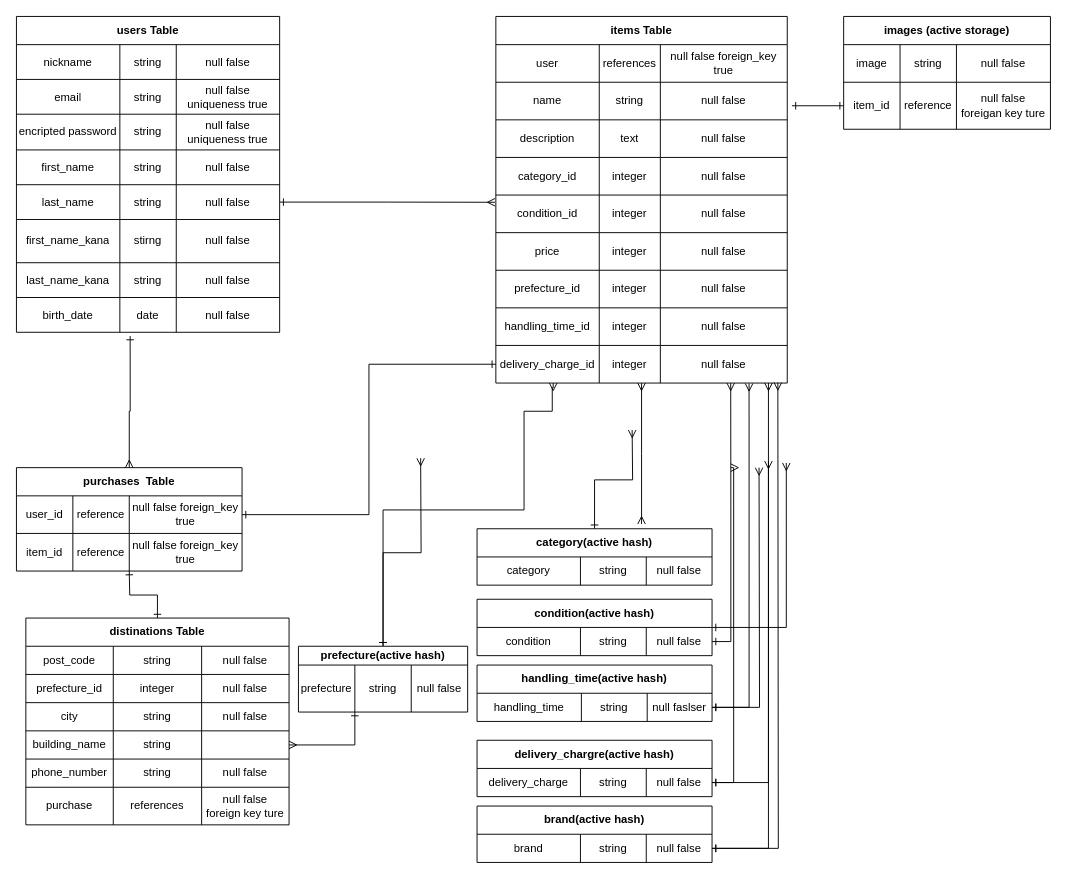
Earlier version of the draw.io diagram frima.dio (sebadohb/furima-20604). Source tidied: cells renumbered, new cells numbered last; positions are measured from the earlier drawing's top-left corner, leaving out a move shared by most shapes. Both pictures are drawn from the tidied source at 94%, with x=0, y=0 at pixel (16, 16).
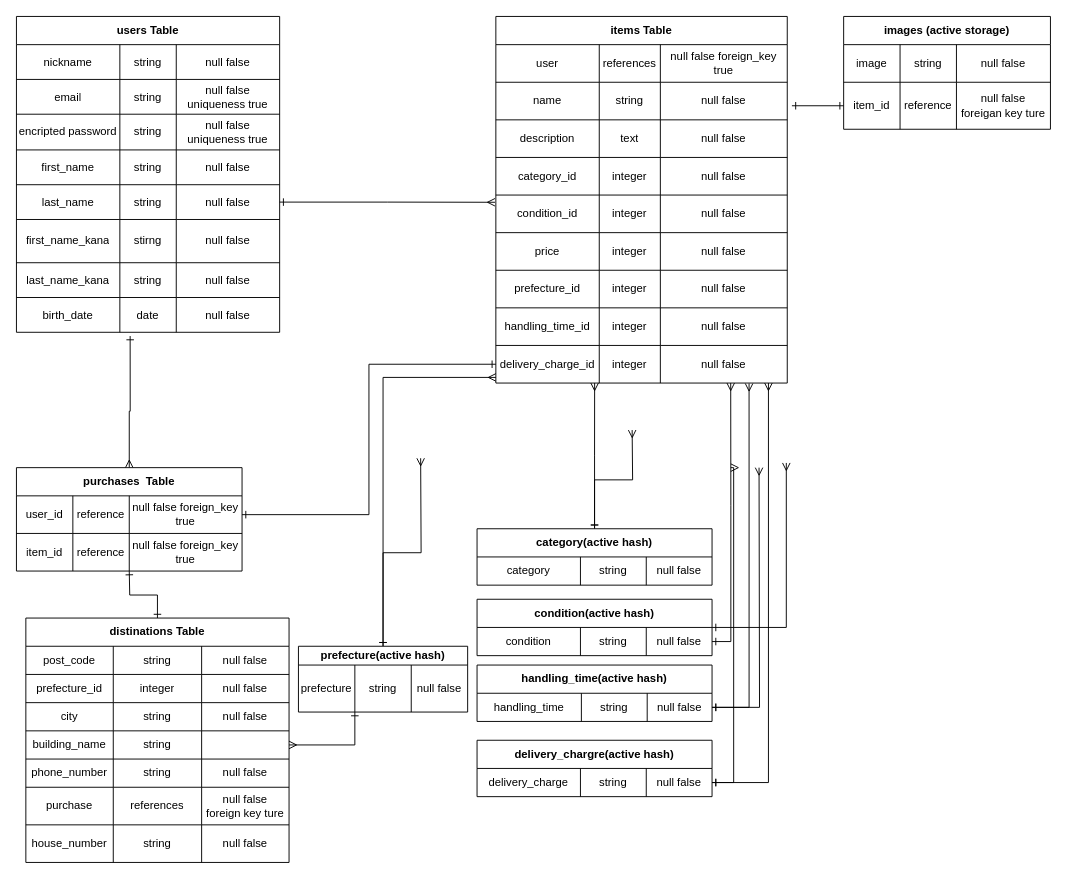
The same diagram, later.

Unchanged cells that the change refers to:
```xml
<mxCell id="34" value="prefecture(active hash)" style="shape=table;html=1;whiteSpace=wrap;startSize=20;childLayout=tableLayout;fontStyle=1;align=center;" parent="1" vertex="1">
  <mxGeometry x="300" y="670" width="180" height="70" as="geometry" />
</mxCell>
<mxCell id="39" value="category(active hash)" style="shape=table;html=1;whiteSpace=wrap;startSize=30;childLayout=tableLayout;fontStyle=1;align=center;" parent="1" vertex="1">
  <mxGeometry x="490" y="545" width="250" height="60" as="geometry" />
</mxCell>
<mxCell id="50" style="shape=partialRectangle;html=1;whiteSpace=wrap;fillColor=none;top=0;left=0;bottom=0;right=0;points=[[0,0.5],[1,0.5]];portConstraint=eastwest;" parent="49" vertex="1">
  <mxGeometry y="30" width="250" height="30" as="geometry" />
</mxCell>
<mxCell id="67" value="items Table" style="shape=table;html=1;whiteSpace=wrap;startSize=30;childLayout=tableLayout;fontStyle=1;align=center;" parent="1" vertex="1">
  <mxGeometry x="510" width="310" height="390" as="geometry" />
</mxCell>
<mxCell id="100" style="shape=partialRectangle;html=1;whiteSpace=wrap;fillColor=none;top=0;left=0;bottom=0;right=0;points=[[0,0.5],[1,0.5]];portConstraint=eastwest;" parent="67" vertex="1">
  <mxGeometry y="350" width="310" height="40" as="geometry" />
</mxCell>
```

Change to the diagram source:
```diff
@@
     <mxCell id="5" value="distinations Table" style="shape=table;html=1;whiteSpace=wrap;startSize=30;childLayout=tableLayout;fontStyle=1;align=center;" parent="1" vertex="1">
-      <mxGeometry x="10" y="640" width="280" height="220" as="geometry" />
+      <mxGeometry x="10" y="640" width="280" height="260" as="geometry" />
     </mxCell>
@@
+    <mxCell id="164" style="shape=partialRectangle;html=1;whiteSpace=wrap;fillColor=none;top=0;left=0;bottom=0;right=0;" parent="5" vertex="1">
+      <mxGeometry y="220" width="280" height="40" as="geometry" />
+    </mxCell>
+    <mxCell id="165" value="house_number" style="shape=partialRectangle;html=1;whiteSpace=wrap;fillColor=none;top=0;left=0;bottom=0;right=0;overflow=hidden;" parent="164" vertex="1">
+      <mxGeometry width="93" height="40" as="geometry" />
+    </mxCell>
+    <mxCell id="62" value="string" style="shape=partialRectangle;html=1;whiteSpace=wrap;fillColor=none;top=0;left=0;bottom=0;right=0;overflow=hidden;" parent="164" vertex="1">
+      <mxGeometry x="93" width="94" height="40" as="geometry" />
+    </mxCell>
+    <mxCell id="63" value="null false" style="shape=partialRectangle;html=1;whiteSpace=wrap;fillColor=none;top=0;left=0;bottom=0;right=0;overflow=hidden;" parent="164" vertex="1">
+      <mxGeometry x="187" width="93" height="40" as="geometry" />
+    </mxCell>
@@
-    <mxCell id="33" style="edgeStyle=orthogonalEdgeStyle;rounded=0;jettySize=auto;html=1;startArrow=ERone;startFill=0;endArrow=ERmany;endFill=0;" parent="1" edge="1" source="34">
-      <mxGeometry relative="1" as="geometry">
-        <mxPoint x="571" y="390" as="targetPoint" />
-        <Array as="points">
-          <mxPoint x="390" y="525" />
-          <mxPoint x="540" y="525" />
-          <mxPoint x="540" y="420" />
-          <mxPoint x="570" y="420" />
-          <mxPoint x="570" y="395" />
-        </Array>
-      </mxGeometry>
-    </mxCell>
+    <mxCell id="166" style="edgeStyle=orthogonalEdgeStyle;rounded=0;jettySize=auto;html=1;entryX=0;entryY=0.85;entryDx=0;entryDy=0;entryPerimeter=0;startArrow=ERone;startFill=0;endArrow=ERmany;endFill=0;" parent="1" edge="1" source="34" target="100">
+      <mxGeometry relative="1" as="geometry" />
+    </mxCell>
@@
+    <mxCell id="167" style="edgeStyle=orthogonalEdgeStyle;rounded=0;jettySize=auto;html=1;startArrow=ERone;startFill=0;endArrow=ERmany;endFill=0;entryX=0.339;entryY=1;entryDx=0;entryDy=0;entryPerimeter=0;" parent="1" edge="1" source="39" target="100">
+      <mxGeometry relative="1" as="geometry" />
+    </mxCell>
@@
-    <mxCell id="53" value="null faslser" style="shape=partialRectangle;html=1;whiteSpace=wrap;fillColor=none;top=0;left=0;bottom=0;right=0;overflow=hidden;" parent="50" vertex="1">
+    <mxCell id="53" value="null false" style="shape=partialRectangle;html=1;whiteSpace=wrap;fillColor=none;top=0;left=0;bottom=0;right=0;overflow=hidden;" parent="50" vertex="1">
       <mxGeometry x="181" width="69" height="30" as="geometry" />
     </mxCell>
@@
-    <mxCell id="59" value="brand(active hash)" style="shape=table;html=1;whiteSpace=wrap;startSize=30;childLayout=tableLayout;fontStyle=1;align=center;" parent="1" vertex="1">
-      <mxGeometry x="490" y="840" width="250" height="60" as="geometry" />
-    </mxCell>
-    <mxCell id="60" style="shape=partialRectangle;html=1;whiteSpace=wrap;fillColor=none;top=0;left=0;bottom=0;right=0;points=[[0,0.5],[1,0.5]];portConstraint=eastwest;" parent="59" vertex="1">
-      <mxGeometry y="30" width="250" height="30" as="geometry" />
-    </mxCell>
-    <mxCell id="61" value="brand" style="shape=partialRectangle;html=1;whiteSpace=wrap;fillColor=none;top=0;left=0;bottom=0;right=0;overflow=hidden;" parent="60" vertex="1">
-      <mxGeometry width="110" height="30" as="geometry" />
-    </mxCell>
-    <mxCell id="62" value="string" style="shape=partialRectangle;html=1;whiteSpace=wrap;fillColor=none;top=0;left=0;bottom=0;right=0;overflow=hidden;" parent="60" vertex="1">
-      <mxGeometry x="110" width="70" height="30" as="geometry" />
-    </mxCell>
-    <mxCell id="63" value="null false" style="shape=partialRectangle;html=1;whiteSpace=wrap;fillColor=none;top=0;left=0;bottom=0;right=0;overflow=hidden;" parent="60" vertex="1">
-      <mxGeometry x="180" width="70" height="30" as="geometry" />
-    </mxCell>
@@
-    <mxCell id="65" style="edgeStyle=orthogonalEdgeStyle;rounded=0;jettySize=auto;html=1;startArrow=ERone;startFill=0;endArrow=ERmany;endFill=0;" parent="1" edge="1" source="60">
-      <mxGeometry relative="1" as="geometry">
-        <mxPoint x="800" y="473" as="targetPoint" />
-        <Array as="points">
-          <mxPoint x="800" y="885" />
-        </Array>
-      </mxGeometry>
-    </mxCell>
-    <mxCell id="66" style="edgeStyle=orthogonalEdgeStyle;rounded=0;jettySize=auto;html=1;startArrow=ERmany;startFill=0;endArrow=ERmany;endFill=0;" parent="1" edge="1" source="67">
-      <mxGeometry relative="1" as="geometry">
-        <mxPoint x="665" y="540" as="targetPoint" />
-      </mxGeometry>
-    </mxCell>
@@
-    <mxCell id="163" style="edgeStyle=orthogonalEdgeStyle;rounded=0;jettySize=auto;html=1;startArrow=ERone;startFill=0;endArrow=ERmany;endFill=0;" parent="1" edge="1" source="60">
-      <mxGeometry relative="1" as="geometry">
-        <mxPoint x="810" y="389.5" as="targetPoint" />
-      </mxGeometry>
-    </mxCell>
```
